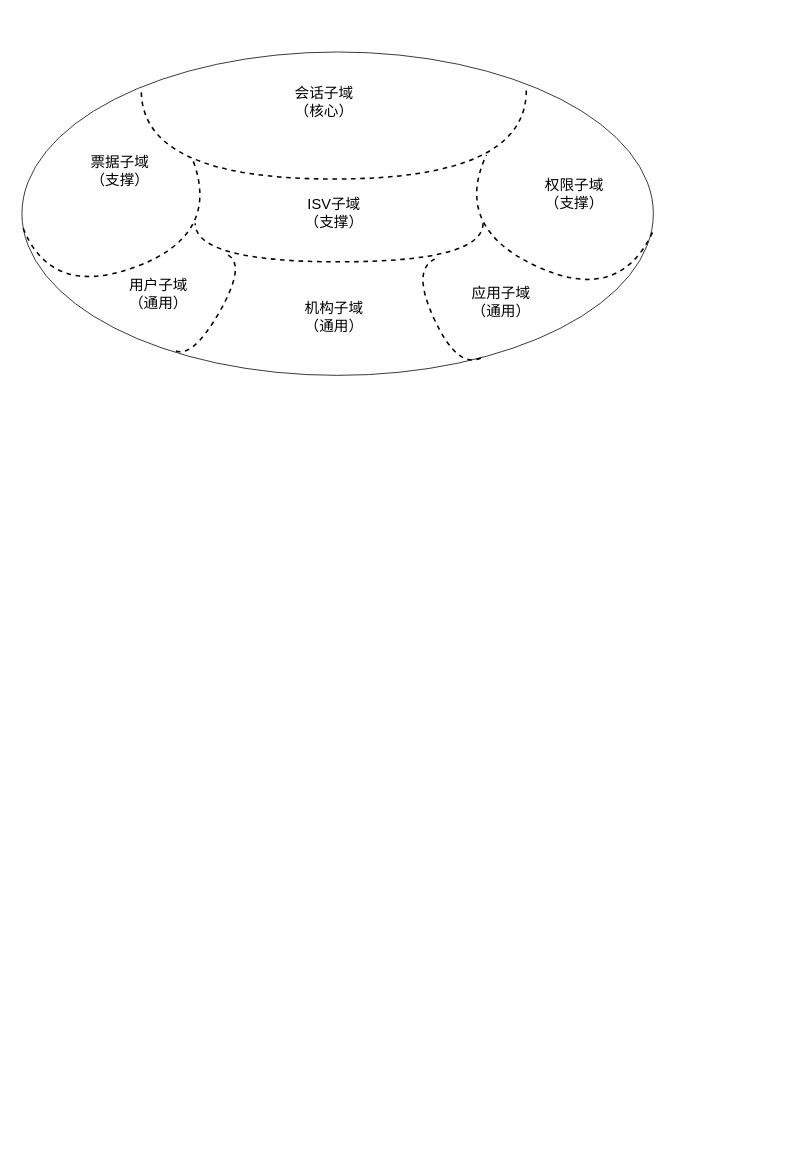
Before: work/疫苗馆单点登录.drawio in wylyf3030/draw, a draw.io diagram. Source tidied: cells renumbered, new cells numbered last; positions are measured from the earlier drawing's top-left corner, leaving out a move shared by most shapes. Both pictures are drawn from the tidied source at 77%, with x=0, y=0 at pixel (22, -58).
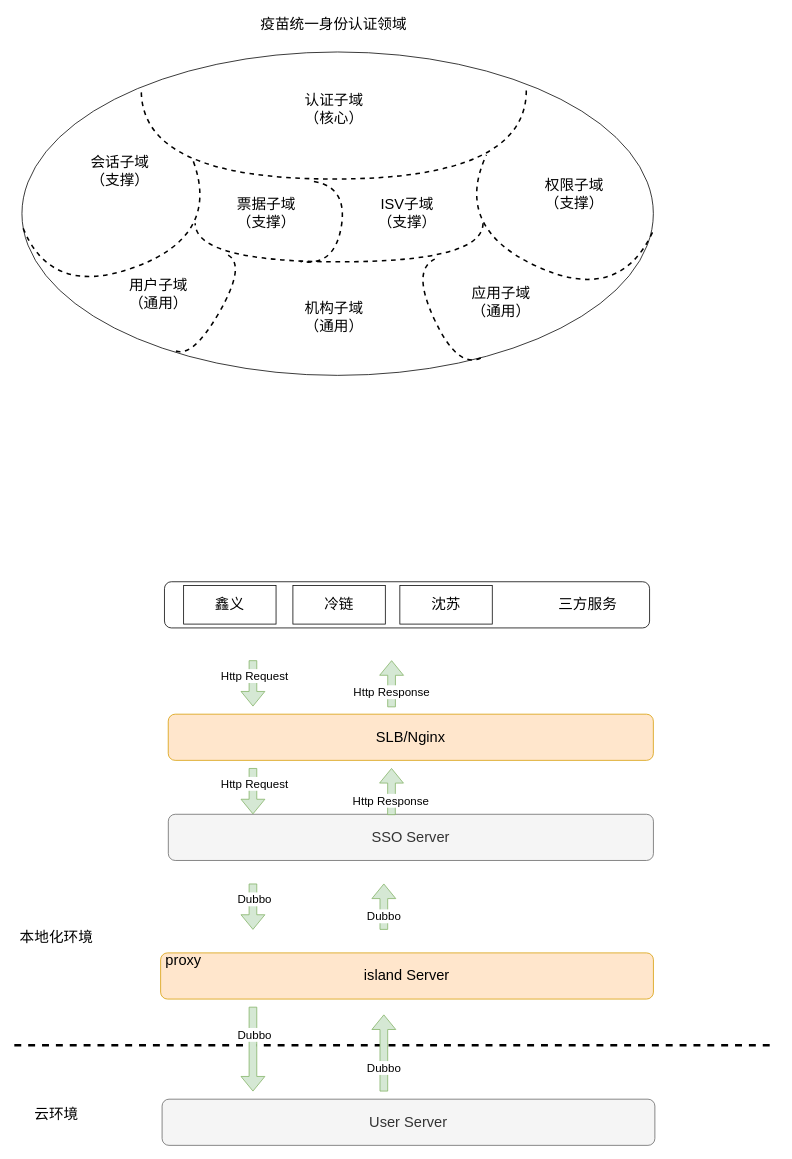
The same diagram, later.

Commit message:
Update 疫苗馆单点登录.drawio

Change to the diagram source:
```diff
@@
-    <mxCell id="4" value="会话子域&lt;br&gt;（核心）" style="text;html=1;strokeColor=none;fillColor=none;align=center;verticalAlign=middle;whiteSpace=wrap;rounded=0;fontSize=19;" parent="1" vertex="1">
-      <mxGeometry x="345" y="192" width="95" height="30" as="geometry" />
+    <mxCell id="4" value="票据子域&lt;br&gt;（支撑）" style="text;html=1;strokeColor=none;fillColor=none;align=center;verticalAlign=middle;whiteSpace=wrap;rounded=0;fontSize=19;" parent="1" vertex="1">
+      <mxGeometry x="270" y="337" width="95" height="30" as="geometry" />
     </mxCell>
@@
-    <mxCell id="6" value="票据子域&lt;br&gt;（支撑）" style="text;html=1;strokeColor=none;fillColor=none;align=center;verticalAlign=middle;whiteSpace=wrap;rounded=0;fontSize=19;" parent="1" vertex="1">
+    <mxCell id="6" value="会话子域&lt;br&gt;（支撑）" style="text;html=1;strokeColor=none;fillColor=none;align=center;verticalAlign=middle;whiteSpace=wrap;rounded=0;fontSize=19;" parent="1" vertex="1">
       <mxGeometry x="80" y="282" width="95" height="30" as="geometry" />
     </mxCell>
@@
     <mxCell id="10" value="ISV子域&lt;br&gt;（支撑）" style="text;html=1;strokeColor=none;fillColor=none;align=center;verticalAlign=middle;whiteSpace=wrap;rounded=0;fontSize=19;" parent="1" vertex="1">
-      <mxGeometry x="357.5" y="337" width="95" height="30" as="geometry" />
+      <mxGeometry x="452.5" y="337" width="95" height="30" as="geometry" />
     </mxCell>
@@
+    <mxCell id="16" style="shape=requiredInterface;html=1;verticalLabelPosition=bottom;dashed=1;strokeWidth=2;fillColor=none;fontColor=#FF3333;align=left;rotation=-80;direction=south;" parent="1" vertex="1">
+      <mxGeometry x="339.6" y="343.3" width="105.4" height="45.2" as="geometry" />
+    </mxCell>
+    <mxCell id="17" value="认证子域&lt;br&gt;（核心）" style="text;html=1;strokeColor=none;fillColor=none;align=center;verticalAlign=middle;whiteSpace=wrap;rounded=0;fontSize=19;" parent="1" vertex="1">
+      <mxGeometry x="357.5" y="202" width="95" height="30" as="geometry" />
+    </mxCell>
+    <mxCell id="18" value="疫苗统一身份认证领域" style="text;html=1;strokeColor=none;fillColor=none;align=center;verticalAlign=middle;whiteSpace=wrap;rounded=0;fontSize=19;" parent="1" vertex="1">
+      <mxGeometry x="300" y="92" width="210.1" height="30" as="geometry" />
+    </mxCell>
+    <mxCell id="19" value="SSO Server" style="rounded=1;whiteSpace=wrap;html=1;fontSize=19;strokeColor=#666666;fillColor=#f5f5f5;fontColor=#333333;" parent="1" vertex="1">
+      <mxGeometry x="190.1" y="1132" width="630" height="60" as="geometry" />
+    </mxCell>
+    <mxCell id="20" value="island Server" style="rounded=1;whiteSpace=wrap;html=1;fontSize=19;strokeColor=#d79b00;fillColor=#ffe6cc;" parent="1" vertex="1">
+      <mxGeometry x="180.1" y="1312" width="640" height="60" as="geometry" />
+    </mxCell>
+    <mxCell id="21" value="User Server" style="rounded=1;whiteSpace=wrap;html=1;fontSize=19;strokeColor=#666666;fillColor=#f5f5f5;fontColor=#333333;" parent="1" vertex="1">
+      <mxGeometry x="182" y="1502" width="640" height="60" as="geometry" />
+    </mxCell>
+    <mxCell id="22" style="endArrow=none;dashed=1;html=1;fontSize=19;strokeWidth=3;" parent="1" edge="1">
+      <mxGeometry relative="1" as="geometry">
+        <mxPoint x="-9.9" y="1432" as="sourcePoint" />
+        <mxPoint x="980.1" y="1432" as="targetPoint" />
+      </mxGeometry>
+    </mxCell>
+    <mxCell id="23" value="proxy" style="text;html=1;strokeColor=none;fillColor=none;align=center;verticalAlign=middle;whiteSpace=wrap;rounded=0;fontSize=19;" parent="1" vertex="1">
+      <mxGeometry x="190.1" y="1312" width="40" height="20" as="geometry" />
+    </mxCell>
+    <mxCell id="24" value="本地化环境" style="text;html=1;strokeColor=none;fillColor=none;align=center;verticalAlign=middle;whiteSpace=wrap;rounded=0;fontSize=19;" parent="1" vertex="1">
+      <mxGeometry x="-9.9" y="1282" width="110" height="20" as="geometry" />
+    </mxCell>
+    <mxCell id="25" value="云环境" style="text;html=1;strokeColor=none;fillColor=none;align=center;verticalAlign=middle;whiteSpace=wrap;rounded=0;fontSize=19;" parent="1" vertex="1">
+      <mxGeometry x="-10" y="1512" width="110" height="20" as="geometry" />
+    </mxCell>
+    <mxCell id="26" value="SLB/Nginx" style="rounded=1;whiteSpace=wrap;html=1;fontSize=19;strokeColor=#d79b00;fillColor=#ffe6cc;" parent="1" vertex="1">
+      <mxGeometry x="190" y="1002" width="630" height="60" as="geometry" />
+    </mxCell>
+    <mxCell id="27" style="group;" parent="1" vertex="1">
+      <mxGeometry x="185.1" y="830" width="630" height="60" as="geometry" />
+    </mxCell>
+    <mxCell id="28" style="rounded=1;whiteSpace=wrap;html=1;fontSize=19;strokeColor=#000000;" parent="27" vertex="1">
+      <mxGeometry width="630" height="60" as="geometry" />
+    </mxCell>
+    <mxCell id="29" value="鑫义" style="rounded=0;whiteSpace=wrap;html=1;fontSize=19;strokeColor=#000000;" parent="27" vertex="1">
+      <mxGeometry x="24.9" y="5" width="120" height="50" as="geometry" />
+    </mxCell>
+    <mxCell id="30" value="冷链" style="rounded=0;whiteSpace=wrap;html=1;fontSize=19;strokeColor=#000000;" parent="27" vertex="1">
+      <mxGeometry x="166.8" y="5" width="120" height="50" as="geometry" />
+    </mxCell>
+    <mxCell id="31" value="沈苏" style="rounded=0;whiteSpace=wrap;html=1;fontSize=19;strokeColor=#000000;" parent="27" vertex="1">
+      <mxGeometry x="305.7" y="5" width="120" height="50" as="geometry" />
+    </mxCell>
+    <mxCell id="32" value="三方服务" style="text;html=1;strokeColor=none;fillColor=none;align=center;verticalAlign=middle;whiteSpace=wrap;rounded=0;fontSize=19;" parent="27" vertex="1">
+      <mxGeometry x="494.9" y="20" width="110" height="20" as="geometry" />
+    </mxCell>
+    <mxCell id="33" style="shape=flexArrow;endArrow=classic;html=1;fontSize=19;fillColor=#d5e8d4;strokeColor=#82b366;" parent="1" edge="1">
+      <mxGeometry relative="1" as="geometry">
+        <mxPoint x="300" y="932" as="sourcePoint" />
+        <mxPoint x="300" y="992" as="targetPoint" />
+      </mxGeometry>
+    </mxCell>
+    <mxCell id="34" value="Http Request" style="edgeLabel;html=1;align=center;verticalAlign=middle;fontSize=15;" parent="33" vertex="1">
+      <mxGeometry x="-0.36" y="1" relative="1" as="geometry" />
+    </mxCell>
+    <mxCell id="35" style="shape=flexArrow;endArrow=classic;html=1;fontSize=19;fillColor=#d5e8d4;strokeColor=#82b366;" parent="1" edge="1">
+      <mxGeometry relative="1" as="geometry">
+        <mxPoint x="300" y="1072" as="sourcePoint" />
+        <mxPoint x="300" y="1132" as="targetPoint" />
+      </mxGeometry>
+    </mxCell>
+    <mxCell id="36" value="Http Request" style="edgeLabel;html=1;align=center;verticalAlign=middle;fontSize=15;" parent="35" vertex="1">
+      <mxGeometry x="-0.36" y="1" relative="1" as="geometry" />
+    </mxCell>
+    <mxCell id="37" style="shape=flexArrow;endArrow=classic;html=1;fontSize=19;fillColor=#d5e8d4;strokeColor=#82b366;" parent="1" edge="1">
+      <mxGeometry relative="1" as="geometry">
+        <mxPoint x="300" y="1222" as="sourcePoint" />
+        <mxPoint x="300" y="1282" as="targetPoint" />
+      </mxGeometry>
+    </mxCell>
+    <mxCell id="38" value="Dubbo" style="edgeLabel;html=1;align=center;verticalAlign=middle;fontSize=15;" parent="37" vertex="1">
+      <mxGeometry x="-0.36" y="1" relative="1" as="geometry" />
+    </mxCell>
+    <mxCell id="39" style="shape=flexArrow;endArrow=classic;html=1;fontSize=19;fillColor=#d5e8d4;strokeColor=#82b366;" parent="1" edge="1">
+      <mxGeometry relative="1" as="geometry">
+        <mxPoint x="300" y="1382" as="sourcePoint" />
+        <mxPoint x="300" y="1492" as="targetPoint" />
+      </mxGeometry>
+    </mxCell>
+    <mxCell id="40" value="Dubbo" style="edgeLabel;html=1;align=center;verticalAlign=middle;fontSize=15;" parent="39" vertex="1">
+      <mxGeometry x="-0.36" y="1" relative="1" as="geometry" />
+    </mxCell>
+    <mxCell id="41" style="shape=flexArrow;endArrow=classic;html=1;fontSize=19;fillColor=#d5e8d4;strokeColor=#82b366;" parent="1" edge="1">
+      <mxGeometry relative="1" as="geometry">
+        <mxPoint x="470" y="1492" as="sourcePoint" />
+        <mxPoint x="470" y="1392" as="targetPoint" />
+      </mxGeometry>
+    </mxCell>
+    <mxCell id="42" value="Dubbo" style="edgeLabel;html=1;align=center;verticalAlign=middle;fontSize=15;" parent="41" vertex="1">
+      <mxGeometry x="-0.36" y="1" relative="1" as="geometry" />
+    </mxCell>
+    <mxCell id="43" style="shape=flexArrow;endArrow=classic;html=1;fontSize=19;fillColor=#d5e8d4;strokeColor=#82b366;" parent="1" edge="1">
+      <mxGeometry relative="1" as="geometry">
+        <mxPoint x="470" y="1282" as="sourcePoint" />
+        <mxPoint x="470" y="1222" as="targetPoint" />
+      </mxGeometry>
+    </mxCell>
+    <mxCell id="44" value="Dubbo" style="edgeLabel;html=1;align=center;verticalAlign=middle;fontSize=15;" parent="43" vertex="1">
+      <mxGeometry x="-0.36" y="1" relative="1" as="geometry" />
+    </mxCell>
+    <mxCell id="45" style="shape=flexArrow;endArrow=classic;html=1;fontSize=19;fillColor=#d5e8d4;strokeColor=#82b366;exitX=0.46;exitY=0.017;exitDx=0;exitDy=0;exitPerimeter=0;" parent="1" edge="1" source="19">
+      <mxGeometry relative="1" as="geometry">
+        <mxPoint x="480" y="1072" as="targetPoint" />
+      </mxGeometry>
+    </mxCell>
+    <mxCell id="46" value="Http Response" style="edgeLabel;html=1;align=center;verticalAlign=middle;fontSize=15;" parent="45" vertex="1">
+      <mxGeometry x="-0.36" y="1" relative="1" as="geometry" />
+    </mxCell>
+    <mxCell id="47" style="shape=flexArrow;endArrow=classic;html=1;fontSize=19;fillColor=#d5e8d4;strokeColor=#82b366;exitX=0.46;exitY=0.017;exitDx=0;exitDy=0;exitPerimeter=0;" parent="1" edge="1">
+      <mxGeometry relative="1" as="geometry">
+        <mxPoint x="480" y="993" as="sourcePoint" />
+        <mxPoint x="480.1" y="932" as="targetPoint" />
+      </mxGeometry>
+    </mxCell>
+    <mxCell id="48" value="Http Response" style="edgeLabel;html=1;align=center;verticalAlign=middle;fontSize=15;" parent="47" vertex="1">
+      <mxGeometry x="-0.36" y="1" relative="1" as="geometry" />
+    </mxCell>
```
